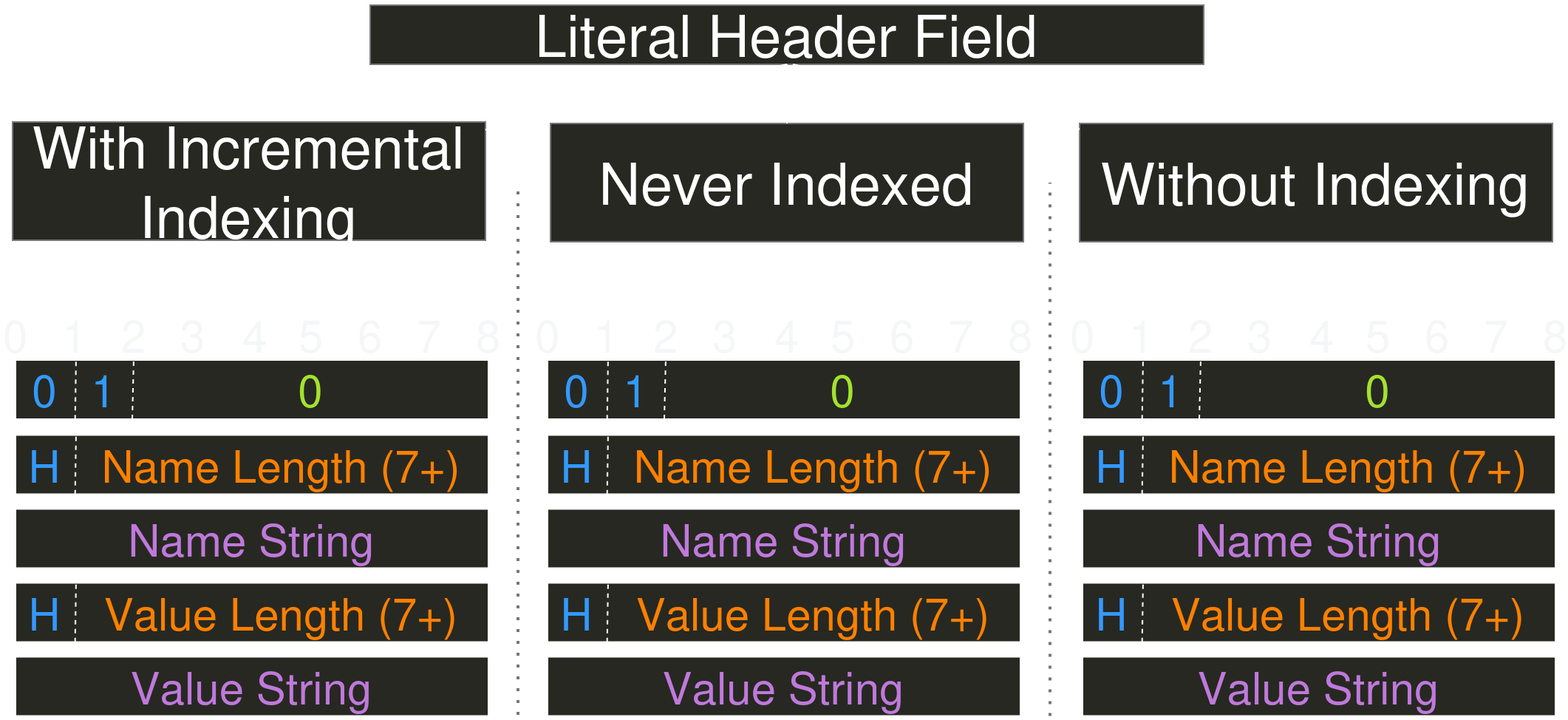
The draw.io diagram img/LFR.drawio.png in DarkSoulEater/Http2Presentation, before a commit. Source tidied: cells renumbered, new cells last; positions are measured from the earlier drawing's top-left corner, leaving out a move shared by most shapes.
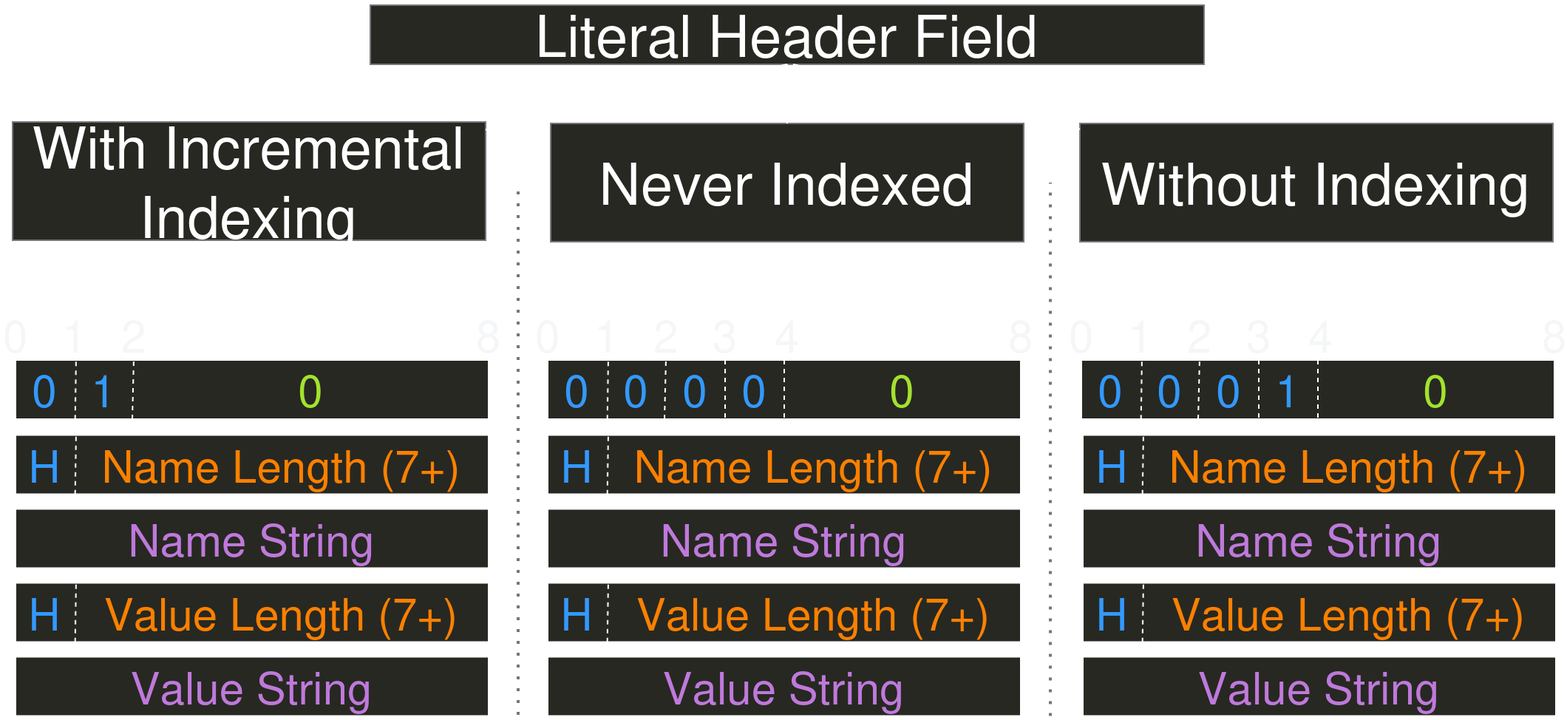
After the change.

What changed in the source:
```diff
@@ -79,21 +79,6 @@
     <mxCell id="26" value="2" style="text;html=1;align=left;verticalAlign=middle;whiteSpace=wrap;rounded=0;fontColor=light-dark(#000000, #f5f6f7);fontSize=30;" parent="1" vertex="1">
       <mxGeometry x="80" y="210" width="16" height="26" as="geometry" />
     </mxCell>
-    <mxCell id="27" value="3" style="text;html=1;align=left;verticalAlign=middle;whiteSpace=wrap;rounded=0;fontColor=light-dark(#000000, #f5f6f7);fontSize=30;" parent="1" vertex="1">
-      <mxGeometry x="120" y="210" width="16" height="26" as="geometry" />
-    </mxCell>
-    <mxCell id="28" value="4" style="text;html=1;align=left;verticalAlign=middle;whiteSpace=wrap;rounded=0;fontColor=light-dark(#000000, #f5f6f7);fontSize=30;" parent="1" vertex="1">
-      <mxGeometry x="162" y="210" width="16" height="26" as="geometry" />
-    </mxCell>
-    <mxCell id="29" value="5" style="text;html=1;align=left;verticalAlign=middle;whiteSpace=wrap;rounded=0;fontColor=light-dark(#000000, #f5f6f7);fontSize=30;" parent="1" vertex="1">
-      <mxGeometry x="200" y="210" width="16" height="26" as="geometry" />
-    </mxCell>
-    <mxCell id="30" value="6" style="text;html=1;align=left;verticalAlign=middle;whiteSpace=wrap;rounded=0;fontColor=light-dark(#000000, #f5f6f7);fontSize=30;" parent="1" vertex="1">
-      <mxGeometry x="240" y="210" width="16" height="26" as="geometry" />
-    </mxCell>
-    <mxCell id="31" value="7" style="text;html=1;align=left;verticalAlign=middle;whiteSpace=wrap;rounded=0;fontColor=light-dark(#000000, #f5f6f7);fontSize=30;" parent="1" vertex="1">
-      <mxGeometry x="280" y="210" width="16" height="26" as="geometry" />
-    </mxCell>
     <mxCell id="32" value="Value String" style="text;html=1;align=center;verticalAlign=middle;whiteSpace=wrap;rounded=0;fontColor=light-dark(#000000, #bf79db);fontSize=30;" parent="1" vertex="1">
       <mxGeometry x="10" y="440.7" width="320" height="40" as="geometry" />
     </mxCell>
@@ -128,7 +113,7 @@
       <mxGeometry x="370" y="240" width="40" height="40" as="geometry" />
     </mxCell>
     <mxCell id="42" value="0" style="text;html=1;align=center;verticalAlign=middle;whiteSpace=wrap;rounded=0;fontColor=light-dark(#000000, #a3e22e);fontSize=30;" parent="1" vertex="1">
-      <mxGeometry x="450" y="240" width="240" height="40" as="geometry" />
+      <mxGeometry x="530" y="240" width="160" height="40" as="geometry" />
     </mxCell>
     <mxCell id="43" style="rounded=0;whiteSpace=wrap;html=1;fillStyle=solid;fillColor=light-dark(#eeeeee, #272822);strokeColor=light-dark(#000000,#FFFFFF);" parent="1" vertex="1">
       <mxGeometry x="370" y="290.7" width="320" height="40" as="geometry" />
@@ -169,15 +154,6 @@
     <mxCell id="55" value="4" style="text;html=1;align=left;verticalAlign=middle;whiteSpace=wrap;rounded=0;fontColor=light-dark(#000000, #f5f6f7);fontSize=30;" parent="1" vertex="1">
       <mxGeometry x="522" y="210" width="16" height="26" as="geometry" />
     </mxCell>
-    <mxCell id="56" value="5" style="text;html=1;align=left;verticalAlign=middle;whiteSpace=wrap;rounded=0;fontColor=light-dark(#000000, #f5f6f7);fontSize=30;" parent="1" vertex="1">
-      <mxGeometry x="560" y="210" width="16" height="26" as="geometry" />
-    </mxCell>
-    <mxCell id="57" value="6" style="text;html=1;align=left;verticalAlign=middle;whiteSpace=wrap;rounded=0;fontColor=light-dark(#000000, #f5f6f7);fontSize=30;" parent="1" vertex="1">
-      <mxGeometry x="600" y="210" width="16" height="26" as="geometry" />
-    </mxCell>
-    <mxCell id="58" value="7" style="text;html=1;align=left;verticalAlign=middle;whiteSpace=wrap;rounded=0;fontColor=light-dark(#000000, #f5f6f7);fontSize=30;" parent="1" vertex="1">
-      <mxGeometry x="640" y="210" width="16" height="26" as="geometry" />
-    </mxCell>
     <mxCell id="59" value="Value String" style="text;html=1;align=center;verticalAlign=middle;whiteSpace=wrap;rounded=0;fontColor=light-dark(#000000, #bf79db);fontSize=30;" parent="1" vertex="1">
       <mxGeometry x="370" y="440.7" width="320" height="40" as="geometry" />
     </mxCell>
@@ -190,30 +166,9 @@
         <mxPoint x="450" y="239" as="targetPoint" />
       </mxGeometry>
     </mxCell>
-    <mxCell id="62" value="1" style="text;html=1;align=center;verticalAlign=middle;whiteSpace=wrap;rounded=0;fontColor=light-dark(#000000, #3399ff);fontSize=30;" parent="1" vertex="1">
+    <mxCell id="62" value="0" style="text;html=1;align=center;verticalAlign=middle;whiteSpace=wrap;rounded=0;fontColor=light-dark(#000000, #3399ff);fontSize=30;" parent="1" vertex="1">
       <mxGeometry x="410" y="240" width="40" height="40" as="geometry" />
     </mxCell>
-    <mxCell id="63" style="rounded=0;whiteSpace=wrap;html=1;fillStyle=solid;fillColor=light-dark(#eeeeee, #272822);strokeColor=light-dark(#000000,#FFFFFF);" parent="1" vertex="1">
-      <mxGeometry x="732" y="240" width="320" height="40" as="geometry" />
-    </mxCell>
-    <mxCell id="64" style="endArrow=none;dashed=1;html=1;rounded=0;entryX=0.128;entryY=-0.018;entryDx=0;entryDy=0;entryPerimeter=0;exitX=0.126;exitY=1.005;exitDx=0;exitDy=0;exitPerimeter=0;" parent="1" edge="1" source="63" target="63">
-      <mxGeometry relative="1" as="geometry" />
-    </mxCell>
-    <mxCell id="65" value="0" style="text;html=1;align=left;verticalAlign=middle;whiteSpace=wrap;rounded=0;fontColor=light-dark(#000000, #f5f6f7);fontSize=30;" parent="1" vertex="1">
-      <mxGeometry x="722" y="210" width="16" height="26" as="geometry" />
-    </mxCell>
-    <mxCell id="66" value="1" style="text;html=1;align=left;verticalAlign=middle;whiteSpace=wrap;rounded=0;fontColor=light-dark(#000000, #f5f6f7);fontSize=30;" parent="1" vertex="1">
-      <mxGeometry x="762" y="210" width="16" height="26" as="geometry" />
-    </mxCell>
-    <mxCell id="67" value="8" style="text;html=1;align=left;verticalAlign=middle;whiteSpace=wrap;rounded=0;fontColor=light-dark(#000000, #f5f6f7);fontSize=30;" parent="1" vertex="1">
-      <mxGeometry x="1042" y="210" width="16" height="26" as="geometry" />
-    </mxCell>
-    <mxCell id="68" value="0" style="text;html=1;align=center;verticalAlign=middle;whiteSpace=wrap;rounded=0;fontColor=light-dark(#000000, #3399ff);fontSize=30;" parent="1" vertex="1">
-      <mxGeometry x="732" y="240" width="40" height="40" as="geometry" />
-    </mxCell>
-    <mxCell id="69" value="0" style="text;html=1;align=center;verticalAlign=middle;whiteSpace=wrap;rounded=0;fontColor=light-dark(#000000, #a3e22e);fontSize=30;" parent="1" vertex="1">
-      <mxGeometry x="812" y="240" width="240" height="40" as="geometry" />
-    </mxCell>
     <mxCell id="70" style="rounded=0;whiteSpace=wrap;html=1;fillStyle=solid;fillColor=light-dark(#eeeeee, #272822);strokeColor=light-dark(#000000,#FFFFFF);" parent="1" vertex="1">
       <mxGeometry x="732" y="290.7" width="320" height="40" as="geometry" />
     </mxCell>
@@ -244,39 +199,12 @@
     <mxCell id="79" value="Name String" style="text;html=1;align=center;verticalAlign=middle;whiteSpace=wrap;rounded=0;fontColor=light-dark(#000000, #bf79db);fontSize=30;" parent="1" vertex="1">
       <mxGeometry x="732" y="340.7" width="320" height="40" as="geometry" />
     </mxCell>
-    <mxCell id="80" value="2" style="text;html=1;align=left;verticalAlign=middle;whiteSpace=wrap;rounded=0;fontColor=light-dark(#000000, #f5f6f7);fontSize=30;" parent="1" vertex="1">
-      <mxGeometry x="802" y="210" width="16" height="26" as="geometry" />
-    </mxCell>
-    <mxCell id="81" value="3" style="text;html=1;align=left;verticalAlign=middle;whiteSpace=wrap;rounded=0;fontColor=light-dark(#000000, #f5f6f7);fontSize=30;" parent="1" vertex="1">
-      <mxGeometry x="842" y="210" width="16" height="26" as="geometry" />
-    </mxCell>
-    <mxCell id="82" value="4" style="text;html=1;align=left;verticalAlign=middle;whiteSpace=wrap;rounded=0;fontColor=light-dark(#000000, #f5f6f7);fontSize=30;" parent="1" vertex="1">
-      <mxGeometry x="884" y="210" width="16" height="26" as="geometry" />
-    </mxCell>
-    <mxCell id="83" value="5" style="text;html=1;align=left;verticalAlign=middle;whiteSpace=wrap;rounded=0;fontColor=light-dark(#000000, #f5f6f7);fontSize=30;" parent="1" vertex="1">
-      <mxGeometry x="922" y="210" width="16" height="26" as="geometry" />
-    </mxCell>
-    <mxCell id="84" value="6" style="text;html=1;align=left;verticalAlign=middle;whiteSpace=wrap;rounded=0;fontColor=light-dark(#000000, #f5f6f7);fontSize=30;" parent="1" vertex="1">
-      <mxGeometry x="962" y="210" width="16" height="26" as="geometry" />
-    </mxCell>
-    <mxCell id="85" value="7" style="text;html=1;align=left;verticalAlign=middle;whiteSpace=wrap;rounded=0;fontColor=light-dark(#000000, #f5f6f7);fontSize=30;" parent="1" vertex="1">
-      <mxGeometry x="1002" y="210" width="16" height="26" as="geometry" />
-    </mxCell>
     <mxCell id="86" value="Value String" style="text;html=1;align=center;verticalAlign=middle;whiteSpace=wrap;rounded=0;fontColor=light-dark(#000000, #bf79db);fontSize=30;" parent="1" vertex="1">
       <mxGeometry x="732" y="440.7" width="320" height="40" as="geometry" />
     </mxCell>
     <mxCell id="87" value="Value Length (7+)" style="text;html=1;align=center;verticalAlign=middle;whiteSpace=wrap;rounded=0;fontColor=light-dark(#000000, #fc8000);fontSize=30;" parent="1" vertex="1">
       <mxGeometry x="772" y="390.7" width="280" height="40" as="geometry" />
     </mxCell>
-    <mxCell id="88" style="endArrow=none;dashed=1;html=1;rounded=0;entryX=0.128;entryY=-0.018;entryDx=0;entryDy=0;entryPerimeter=0;exitX=0.126;exitY=1.005;exitDx=0;exitDy=0;exitPerimeter=0;" parent="1" edge="1">
-      <mxGeometry relative="1" as="geometry">
-        <mxPoint x="811" y="280" as="sourcePoint" />
-        <mxPoint x="812" y="239" as="targetPoint" />
-      </mxGeometry>
-    </mxCell>
-    <mxCell id="89" value="1" style="text;html=1;align=center;verticalAlign=middle;whiteSpace=wrap;rounded=0;fontColor=light-dark(#000000, #3399ff);fontSize=30;" parent="1" vertex="1">
-      <mxGeometry x="772" y="240" width="40" height="40" as="geometry" />
-    </mxCell>
     <mxCell id="90" style="endArrow=none;dashed=1;html=1;dashPattern=1 3;strokeWidth=2;rounded=0;strokeColor=light-dark(#000000, #77767b);" parent="1" edge="1">
       <mxGeometry relative="1" as="geometry">
         <mxPoint x="350" y="480" as="sourcePoint" />
@@ -289,5 +217,80 @@
         <mxPoint x="710" y="120" as="targetPoint" />
       </mxGeometry>
     </mxCell>
+    <mxCell id="92" value="0" style="text;html=1;align=center;verticalAlign=middle;whiteSpace=wrap;rounded=0;fontColor=light-dark(#000000, #3399ff);fontSize=30;" parent="1" vertex="1">
+      <mxGeometry x="450" y="240" width="40" height="40" as="geometry" />
+    </mxCell>
+    <mxCell id="93" style="endArrow=none;dashed=1;html=1;rounded=0;exitX=0.126;exitY=1.005;exitDx=0;exitDy=0;exitPerimeter=0;" parent="1" edge="1">
+      <mxGeometry relative="1" as="geometry">
+        <mxPoint x="490" y="279" as="sourcePoint" />
+        <mxPoint x="490" y="239" as="targetPoint" />
+      </mxGeometry>
+    </mxCell>
+    <mxCell id="94" style="endArrow=none;dashed=1;html=1;rounded=0;" parent="1" edge="1">
+      <mxGeometry relative="1" as="geometry">
+        <mxPoint x="530" y="279" as="sourcePoint" />
+        <mxPoint x="530" y="240" as="targetPoint" />
+      </mxGeometry>
+    </mxCell>
+    <mxCell id="95" value="0" style="text;html=1;align=center;verticalAlign=middle;whiteSpace=wrap;rounded=0;fontColor=light-dark(#000000, #3399ff);fontSize=30;" parent="1" vertex="1">
+      <mxGeometry x="490" y="240" width="40" height="40" as="geometry" />
+    </mxCell>
+    <mxCell id="96" style="rounded=0;whiteSpace=wrap;html=1;fillStyle=solid;fillColor=light-dark(#eeeeee, #272822);strokeColor=light-dark(#000000,#FFFFFF);" parent="1" vertex="1">
+      <mxGeometry x="731" y="240" width="320" height="40" as="geometry" />
+    </mxCell>
+    <mxCell id="97" style="endArrow=none;dashed=1;html=1;rounded=0;entryX=0.128;entryY=-0.018;entryDx=0;entryDy=0;entryPerimeter=0;exitX=0.126;exitY=1.005;exitDx=0;exitDy=0;exitPerimeter=0;" parent="1" edge="1" source="96" target="96">
+      <mxGeometry relative="1" as="geometry" />
+    </mxCell>
+    <mxCell id="65" value="0" style="text;html=1;align=left;verticalAlign=middle;whiteSpace=wrap;rounded=0;fontColor=light-dark(#000000, #f5f6f7);fontSize=30;" parent="1" vertex="1">
+      <mxGeometry x="721" y="210" width="16" height="26" as="geometry" />
+    </mxCell>
+    <mxCell id="66" value="1" style="text;html=1;align=left;verticalAlign=middle;whiteSpace=wrap;rounded=0;fontColor=light-dark(#000000, #f5f6f7);fontSize=30;" parent="1" vertex="1">
+      <mxGeometry x="761" y="210" width="16" height="26" as="geometry" />
+    </mxCell>
+    <mxCell id="67" value="8" style="text;html=1;align=left;verticalAlign=middle;whiteSpace=wrap;rounded=0;fontColor=light-dark(#000000, #f5f6f7);fontSize=30;" parent="1" vertex="1">
+      <mxGeometry x="1041" y="210" width="16" height="26" as="geometry" />
+    </mxCell>
+    <mxCell id="98" value="0" style="text;html=1;align=center;verticalAlign=middle;whiteSpace=wrap;rounded=0;fontColor=light-dark(#000000, #3399ff);fontSize=30;" parent="1" vertex="1">
+      <mxGeometry x="731" y="240" width="40" height="40" as="geometry" />
+    </mxCell>
+    <mxCell id="69" value="0" style="text;html=1;align=center;verticalAlign=middle;whiteSpace=wrap;rounded=0;fontColor=light-dark(#000000, #a3e22e);fontSize=30;" parent="1" vertex="1">
+      <mxGeometry x="891" y="240" width="160" height="40" as="geometry" />
+    </mxCell>
+    <mxCell id="80" value="2" style="text;html=1;align=left;verticalAlign=middle;whiteSpace=wrap;rounded=0;fontColor=light-dark(#000000, #f5f6f7);fontSize=30;" parent="1" vertex="1">
+      <mxGeometry x="801" y="210" width="16" height="26" as="geometry" />
+    </mxCell>
+    <mxCell id="99" value="3" style="text;html=1;align=left;verticalAlign=middle;whiteSpace=wrap;rounded=0;fontColor=light-dark(#000000, #f5f6f7);fontSize=30;" parent="1" vertex="1">
+      <mxGeometry x="841" y="210" width="16" height="26" as="geometry" />
+    </mxCell>
+    <mxCell id="100" value="4" style="text;html=1;align=left;verticalAlign=middle;whiteSpace=wrap;rounded=0;fontColor=light-dark(#000000, #f5f6f7);fontSize=30;" parent="1" vertex="1">
+      <mxGeometry x="883" y="210" width="16" height="26" as="geometry" />
+    </mxCell>
+    <mxCell id="101" style="endArrow=none;dashed=1;html=1;rounded=0;entryX=0.128;entryY=-0.018;entryDx=0;entryDy=0;entryPerimeter=0;exitX=0.126;exitY=1.005;exitDx=0;exitDy=0;exitPerimeter=0;" parent="1" edge="1">
+      <mxGeometry relative="1" as="geometry">
+        <mxPoint x="810" y="280" as="sourcePoint" />
+        <mxPoint x="811" y="239" as="targetPoint" />
+      </mxGeometry>
+    </mxCell>
+    <mxCell id="102" value="0" style="text;html=1;align=center;verticalAlign=middle;whiteSpace=wrap;rounded=0;fontColor=light-dark(#000000, #3399ff);fontSize=30;" parent="1" vertex="1">
+      <mxGeometry x="771" y="240" width="40" height="40" as="geometry" />
+    </mxCell>
+    <mxCell id="103" value="0" style="text;html=1;align=center;verticalAlign=middle;whiteSpace=wrap;rounded=0;fontColor=light-dark(#000000, #3399ff);fontSize=30;" parent="1" vertex="1">
+      <mxGeometry x="811" y="240" width="40" height="40" as="geometry" />
+    </mxCell>
+    <mxCell id="104" style="endArrow=none;dashed=1;html=1;rounded=0;exitX=0.126;exitY=1.005;exitDx=0;exitDy=0;exitPerimeter=0;" parent="1" edge="1">
+      <mxGeometry relative="1" as="geometry">
+        <mxPoint x="851" y="279" as="sourcePoint" />
+        <mxPoint x="851" y="239" as="targetPoint" />
+      </mxGeometry>
+    </mxCell>
+    <mxCell id="105" style="endArrow=none;dashed=1;html=1;rounded=0;" parent="1" edge="1">
+      <mxGeometry relative="1" as="geometry">
+        <mxPoint x="891" y="279" as="sourcePoint" />
+        <mxPoint x="891" y="240" as="targetPoint" />
+      </mxGeometry>
+    </mxCell>
+    <mxCell id="89" value="1" style="text;html=1;align=center;verticalAlign=middle;whiteSpace=wrap;rounded=0;fontColor=light-dark(#000000, #3399ff);fontSize=30;" parent="1" vertex="1">
+      <mxGeometry x="851" y="240" width="40" height="40" as="geometry" />
+    </mxCell>
   </root>
 </mxGraphModel>
```
